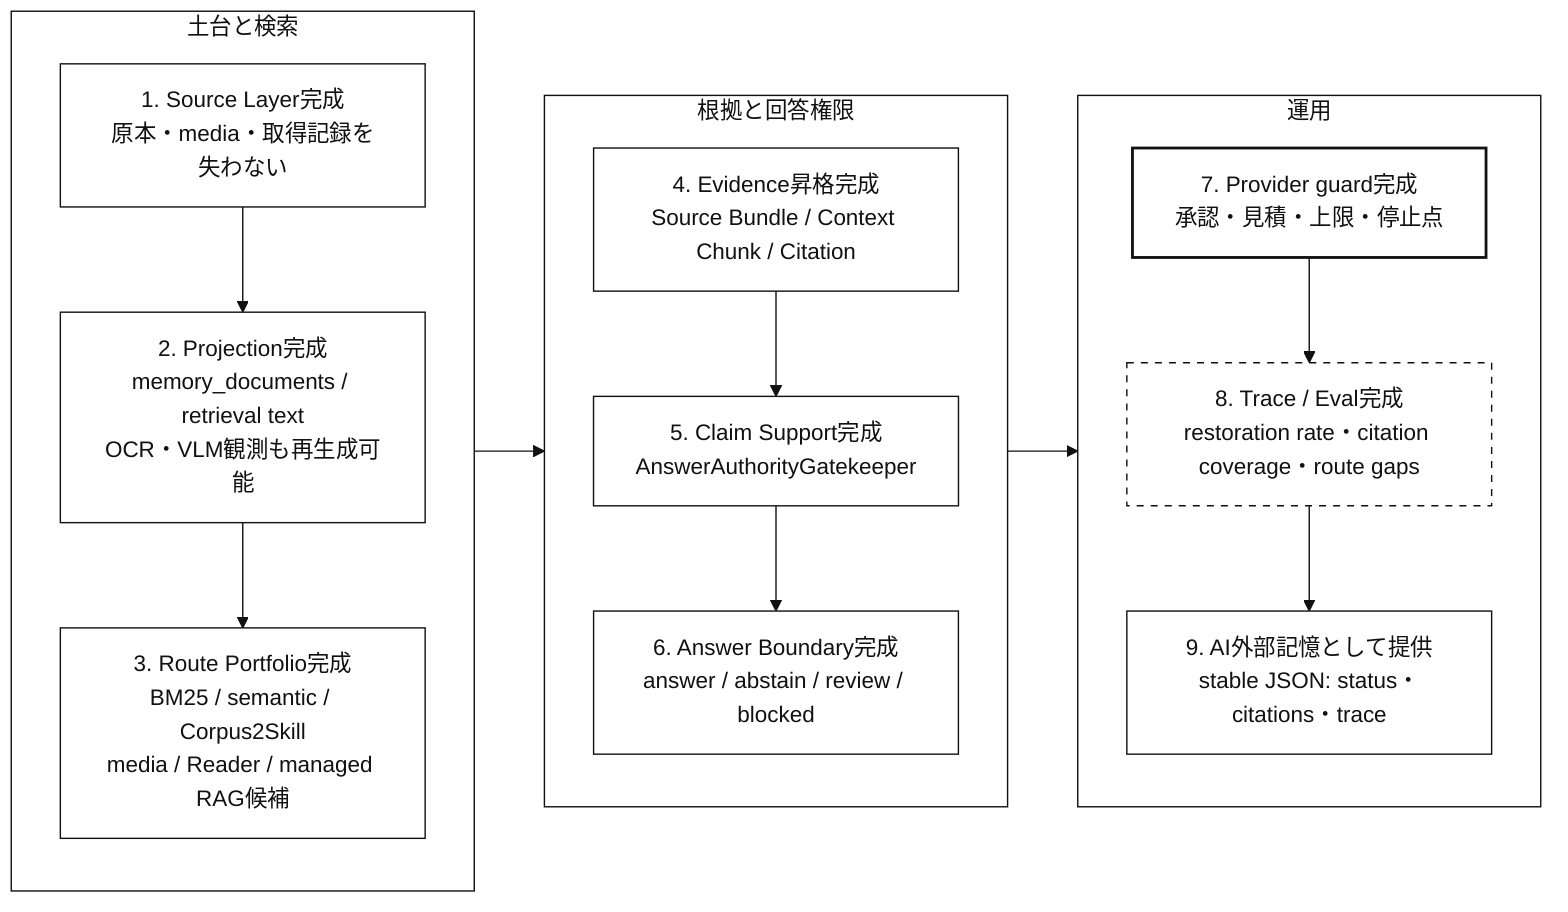
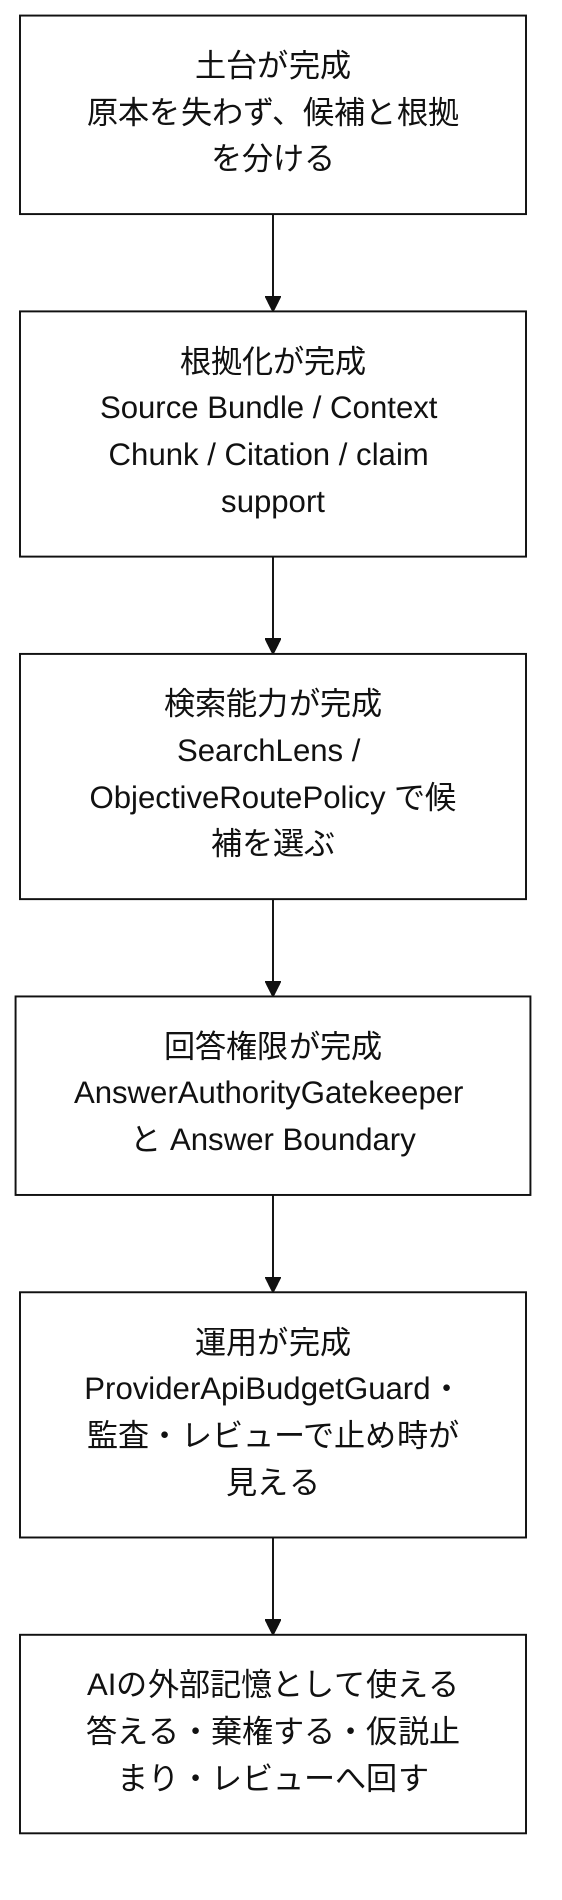
%%{init: {"theme":"base","themeVariables":{"background":"#ffffff","primaryColor":"#ffffff","primaryBorderColor":"#111111","primaryTextColor":"#111111","secondaryColor":"#ffffff","secondaryBorderColor":"#111111","secondaryTextColor":"#111111","tertiaryColor":"#ffffff","tertiaryBorderColor":"#111111","tertiaryTextColor":"#111111","lineColor":"#111111","textColor":"#111111","mainBkg":"#ffffff","secondBkg":"#ffffff","actorBkg":"#ffffff","actorBorder":"#111111","actorTextColor":"#111111","activationBkgColor":"#ffffff","activationBorderColor":"#111111","noteBkgColor":"#ffffff","noteBorderColor":"#111111","labelBoxBkgColor":"#ffffff","labelBoxBorderColor":"#111111","signalColor":"#111111","signalTextColor":"#111111","loopTextColor":"#111111"}}}%%
- flowchart LR
-   %% 完成形のWBS / ロードマップ図: 完了時に全層がどう成熟しているかを見る
+ flowchart TB
+   %% 完成形のWBS / ロードマップ図: 完了時に主経路がどこまで成熟しているかを見る

-   classDef main fill:#ffffff,stroke:#111111,color:#111111
-   classDef gate fill:#ffffff,stroke:#111111,color:#111111,stroke-width:2px
-   classDef side fill:#ffffff,stroke:#111111,color:#111111,stroke-dasharray: 5 5
+   classDef foundation fill:#ffffff,stroke:#111111,color:#111111
+   classDef capability fill:#ffffff,stroke:#111111,color:#111111
+   classDef operate fill:#ffffff,stroke:#111111,color:#111111

-   subgraph foundation["土台と検索"]
-     direction TB
-     source["1. Source Layer完成<br/>原本・media・取得記録を失わない"]:::main
-     projection["2. Projection完成<br/>memory_documents / retrieval text<br/>OCR・VLM観測も再生成可能"]:::main
-     retrieval["3. Route Portfolio完成<br/>BM25 / semantic / Corpus2Skill<br/>media / Reader / managed RAG候補"]:::main
-   end
+   foundation["土台が完成<br/>原本を失わず、候補と根拠を分ける"]:::foundation
+   evidence["根拠化が完成<br/>Source Bundle / Context Chunk / Citation / claim support"]:::foundation
+   retrieval["検索能力が完成<br/>SearchLens / ObjectiveRoutePolicy で候補を選ぶ"]:::capability
+   quality["回答権限が完成<br/>AnswerAuthorityGatekeeper と Answer Boundary"]:::capability
+   operation["運用が完成<br/>ProviderApiBudgetGuard・監査・レビューで止め時が見える"]:::operate
+   memory["AIの外部記憶として使える<br/>答える・棄権する・仮説止まり・レビューへ回す"]:::operate

-   subgraph authority["根拠と回答権限"]
-     direction TB
-     evidence["4. Evidence昇格完成<br/>Source Bundle / Context Chunk / Citation"]:::main
-     support["5. Claim Support完成<br/>AnswerAuthorityGatekeeper"]:::main
-     boundary["6. Answer Boundary完成<br/>answer / abstain / review / blocked"]:::main
-   end
- 
-   subgraph operation["運用"]
-     direction TB
-     guard["7. Provider guard完成<br/>承認・見積・上限・停止点"]:::gate
-     trace["8. Trace / Eval完成<br/>restoration rate・citation coverage・route gaps"]:::side
-     tool["9. AI外部記憶として提供<br/>stable JSON: status・citations・trace"]:::main
-   end
- 
-   source --> projection --> retrieval
-   evidence --> support --> boundary
-   guard --> trace --> tool
-   foundation --> authority --> operation
+   foundation --> evidence --> retrieval --> quality --> operation --> memory
